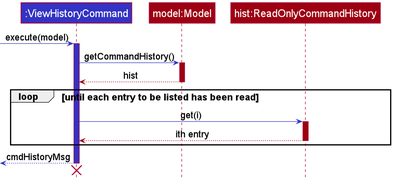
This is docs/images/commandhistory/CmdHistViewHistorySequenceDiagram.png from nus-cs2103-AY2021S2/tp, a PlantUML export, as it was before one commit.
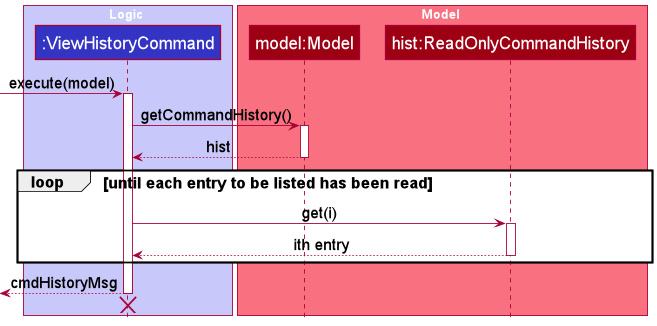
After the commit.

Commit message:
Docs(DG): Re-style view history sequence diagram

Diff of the diagram source:
```diff
@@ -4,27 +4,32 @@
 skinParam DefaultFontSize 18
 skinParam ParticipantFontSize 20
 
+box Logic LOGIC_COLOR_T1
 Participant ":ViewHistoryCommand" as cmd LOGIC_COLOR
+end box
+
+box Model MODEL_COLOR_T1
 Participant "model:Model" as model MODEL_COLOR
 Participant "hist:ReadOnlyCommandHistory" as cmdHist MODEL_COLOR
+end box
 
--[LOGIC_COLOR]> cmd : execute(model)
-activate cmd LOGIC_COLOR
+-> cmd : execute(model)
+activate cmd
 
-cmd -[LOGIC_COLOR]> model : getCommandHistory()
-activate model MODEL_COLOR
+cmd -> model : getCommandHistory()
+activate model
 
-model -[MODEL_COLOR]-> cmd : hist
-deactivate model MODEL_COLOR
+model --> cmd : hist
+deactivate model
 
 loop until each entry to be listed has been read
-    cmd -[LOGIC_COLOR]> cmdHist : get(i)
-    activate cmdHist MODEL_COLOR
-    cmd <[MODEL_COLOR]-- cmdHist : ith entry
+    cmd -> cmdHist : get(i)
+    activate cmdHist
+    cmd <-- cmdHist : ith entry
     deactivate cmdHist
 end
 
-<-[LOGIC_COLOR]- cmd : cmdHistoryMsg
+<-- cmd : cmdHistoryMsg
 deactivate cmd
 <-[hidden]- cmd
 destroy cmd
```
